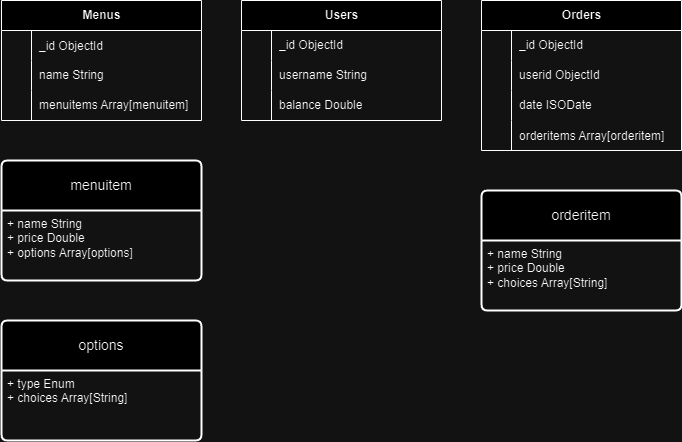
Before: zacksfoodcourt.png, a diagram exported from draw.io (Ursinus-JJJKA/lower-wismer-ordering-server). Source tidied: cells renumbered, new cells last; positions are measured from the earlier drawing's top-left corner, leaving out a move shared by most shapes.
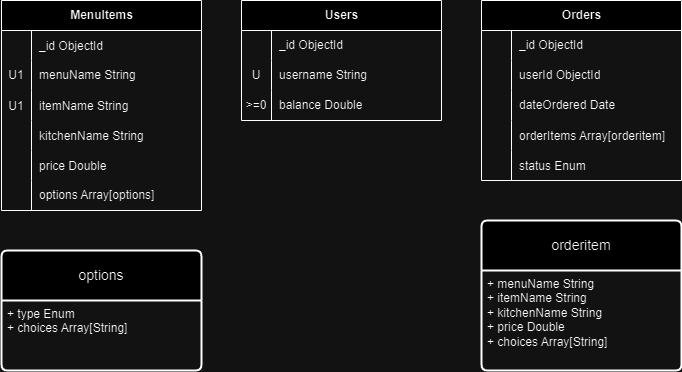
After the change.

The edit, as a diff of the source:
```diff
@@ -3,7 +3,7 @@
     <mxCell id="0" />
     <mxCell id="1" parent="0" />
     <mxCell id="2" value="Orders" style="shape=table;startSize=30;rowLines=0;fontStyle=1;align=center;html=1;" parent="1" vertex="1">
-      <mxGeometry x="480" width="200" height="150" as="geometry" />
+      <mxGeometry x="480" width="200" height="180" as="geometry" />
     </mxCell>
     <mxCell id="3" style="shape=tableRow;horizontal=0;startSize=0;swimlaneHead=0;swimlaneBody=0;fillColor=none;top=0;left=0;right=0;bottom=0;" parent="2" vertex="1">
       <mxGeometry y="30" width="200" height="30" as="geometry" />
@@ -20,7 +20,7 @@
     <mxCell id="7" style="shape=partialRectangle;fillColor=none;top=0;left=0;bottom=0;right=0;overflow=hidden;whiteSpace=wrap;html=1;" parent="6" vertex="1">
       <mxGeometry width="30" height="30" as="geometry" />
     </mxCell>
-    <mxCell id="8" value="userid ObjectId" style="shape=partialRectangle;fillColor=none;top=0;left=0;bottom=0;right=0;align=left;spacingLeft=6;overflow=hidden;whiteSpace=wrap;html=1;" parent="6" vertex="1">
+    <mxCell id="8" value="userId ObjectId" style="shape=partialRectangle;fillColor=none;top=0;left=0;bottom=0;right=0;align=left;spacingLeft=6;overflow=hidden;whiteSpace=wrap;html=1;" parent="6" vertex="1">
       <mxGeometry x="30" width="170" height="30" as="geometry" />
     </mxCell>
     <mxCell id="9" style="shape=tableRow;horizontal=0;startSize=0;swimlaneHead=0;swimlaneBody=0;fillColor=none;top=0;left=0;right=0;bottom=0;" parent="2" vertex="1">
@@ -29,7 +29,7 @@
     <mxCell id="10" style="shape=partialRectangle;fillColor=none;top=0;left=0;bottom=0;right=0;overflow=hidden;whiteSpace=wrap;html=1;" parent="9" vertex="1">
       <mxGeometry width="30" height="30" as="geometry" />
     </mxCell>
-    <mxCell id="11" value="date ISODate" style="shape=partialRectangle;fillColor=none;top=0;left=0;bottom=0;right=0;align=left;spacingLeft=6;overflow=hidden;whiteSpace=wrap;html=1;" parent="9" vertex="1">
+    <mxCell id="11" value="dateOrdered Date" style="shape=partialRectangle;fillColor=none;top=0;left=0;bottom=0;right=0;align=left;spacingLeft=6;overflow=hidden;whiteSpace=wrap;html=1;" parent="9" vertex="1">
       <mxGeometry x="30" width="170" height="30" as="geometry" />
     </mxCell>
     <mxCell id="12" style="shape=tableRow;horizontal=0;startSize=0;swimlaneHead=0;swimlaneBody=0;fillColor=none;top=0;left=0;right=0;bottom=0;" parent="2" vertex="1">
@@ -38,11 +38,20 @@
     <mxCell id="13" style="shape=partialRectangle;fillColor=none;top=0;left=0;bottom=0;right=0;overflow=hidden;" parent="12" vertex="1">
       <mxGeometry width="30" height="30" as="geometry" />
     </mxCell>
-    <mxCell id="14" value="orderitems Array[orderitem]" style="shape=partialRectangle;fillColor=none;top=0;left=0;bottom=0;right=0;align=left;spacingLeft=6;overflow=hidden;" parent="12" vertex="1">
+    <mxCell id="14" value="orderItems Array[orderitem]" style="shape=partialRectangle;fillColor=none;top=0;left=0;bottom=0;right=0;align=left;spacingLeft=6;overflow=hidden;" parent="12" vertex="1">
       <mxGeometry x="30" width="170" height="30" as="geometry" />
     </mxCell>
+    <mxCell id="41" style="shape=tableRow;horizontal=0;startSize=0;swimlaneHead=0;swimlaneBody=0;fillColor=none;top=0;left=0;right=0;bottom=0;" parent="2" vertex="1">
+      <mxGeometry y="150" width="200" height="30" as="geometry" />
+    </mxCell>
+    <mxCell id="42" style="shape=partialRectangle;fillColor=none;top=0;left=0;bottom=0;right=0;overflow=hidden;" parent="41" vertex="1">
+      <mxGeometry width="30" height="30" as="geometry" />
+    </mxCell>
+    <mxCell id="43" value="status Enum" style="shape=partialRectangle;fillColor=none;top=0;left=0;bottom=0;right=0;align=left;spacingLeft=6;overflow=hidden;" parent="41" vertex="1">
+      <mxGeometry x="30" width="170" height="30" as="geometry" />
+    </mxCell>
-    <mxCell id="15" value="Menus" style="shape=table;startSize=30;rowLines=0;fontStyle=1;align=center;html=1;" parent="1" vertex="1">
-      <mxGeometry width="200" height="120" as="geometry" />
+    <mxCell id="15" value="MenuItems" style="shape=table;startSize=30;rowLines=0;fontStyle=1;align=center;html=1;" parent="1" vertex="1">
+      <mxGeometry width="200" height="210" as="geometry" />
     </mxCell>
     <mxCell id="16" style="shape=tableRow;horizontal=0;startSize=0;swimlaneHead=0;swimlaneBody=0;fillColor=none;top=0;left=0;right=0;bottom=0;" parent="15" vertex="1">
       <mxGeometry y="30" width="200" height="30" as="geometry" />
@@ -56,19 +65,46 @@
     <mxCell id="19" style="shape=tableRow;horizontal=0;startSize=0;swimlaneHead=0;swimlaneBody=0;fillColor=none;top=0;left=0;right=0;bottom=0;" parent="15" vertex="1">
       <mxGeometry y="60" width="200" height="30" as="geometry" />
     </mxCell>
-    <mxCell id="20" style="shape=partialRectangle;fillColor=none;top=0;left=0;bottom=0;right=0;overflow=hidden;whiteSpace=wrap;html=1;" parent="19" vertex="1">
+    <mxCell id="20" value="U1" style="shape=partialRectangle;fillColor=none;top=0;left=0;bottom=0;right=0;overflow=hidden;whiteSpace=wrap;html=1;" parent="19" vertex="1">
       <mxGeometry width="30" height="30" as="geometry" />
     </mxCell>
-    <mxCell id="21" value="name String" style="shape=partialRectangle;fillColor=none;top=0;left=0;bottom=0;right=0;align=left;spacingLeft=6;overflow=hidden;whiteSpace=wrap;html=1;" parent="19" vertex="1">
+    <mxCell id="21" value="menuName String" style="shape=partialRectangle;fillColor=none;top=0;left=0;bottom=0;right=0;align=left;spacingLeft=6;overflow=hidden;whiteSpace=wrap;html=1;" parent="19" vertex="1">
       <mxGeometry x="30" width="170" height="30" as="geometry" />
     </mxCell>
+    <mxCell id="44" style="shape=tableRow;horizontal=0;startSize=0;swimlaneHead=0;swimlaneBody=0;fillColor=none;top=0;left=0;right=0;bottom=0;" parent="15" vertex="1">
+      <mxGeometry y="90" width="200" height="30" as="geometry" />
+    </mxCell>
+    <mxCell id="45" value="U1" style="shape=partialRectangle;fillColor=none;top=0;left=0;bottom=0;right=0;overflow=hidden;" parent="44" vertex="1">
+      <mxGeometry width="30" height="30" as="geometry" />
+    </mxCell>
+    <mxCell id="46" value="itemName String" style="shape=partialRectangle;fillColor=none;top=0;left=0;bottom=0;right=0;align=left;spacingLeft=6;overflow=hidden;" parent="44" vertex="1">
+      <mxGeometry x="30" width="170" height="30" as="geometry" />
+    </mxCell>
+    <mxCell id="47" style="shape=tableRow;horizontal=0;startSize=0;swimlaneHead=0;swimlaneBody=0;fillColor=none;top=0;left=0;right=0;bottom=0;" parent="15" vertex="1">
+      <mxGeometry y="120" width="200" height="30" as="geometry" />
+    </mxCell>
+    <mxCell id="48" style="shape=partialRectangle;fillColor=none;top=0;left=0;bottom=0;right=0;overflow=hidden;" parent="47" vertex="1">
+      <mxGeometry width="30" height="30" as="geometry" />
+    </mxCell>
+    <mxCell id="49" value="kitchenName String" style="shape=partialRectangle;fillColor=none;top=0;left=0;bottom=0;right=0;align=left;spacingLeft=6;overflow=hidden;" parent="47" vertex="1">
+      <mxGeometry x="30" width="170" height="30" as="geometry" />
+    </mxCell>
+    <mxCell id="50" style="shape=tableRow;horizontal=0;startSize=0;swimlaneHead=0;swimlaneBody=0;fillColor=none;top=0;left=0;right=0;bottom=0;" parent="15" vertex="1">
+      <mxGeometry y="150" width="200" height="30" as="geometry" />
+    </mxCell>
+    <mxCell id="51" style="shape=partialRectangle;fillColor=none;top=0;left=0;bottom=0;right=0;overflow=hidden;" parent="50" vertex="1">
+      <mxGeometry width="30" height="30" as="geometry" />
+    </mxCell>
+    <mxCell id="52" value="price Double" style="shape=partialRectangle;fillColor=none;top=0;left=0;bottom=0;right=0;align=left;spacingLeft=6;overflow=hidden;" parent="50" vertex="1">
+      <mxGeometry x="30" width="170" height="30" as="geometry" />
+    </mxCell>
     <mxCell id="22" style="shape=tableRow;horizontal=0;startSize=0;swimlaneHead=0;swimlaneBody=0;fillColor=none;top=0;left=0;right=0;bottom=0;" parent="15" vertex="1">
-      <mxGeometry y="90" width="200" height="30" as="geometry" />
+      <mxGeometry y="180" width="200" height="30" as="geometry" />
     </mxCell>
     <mxCell id="23" style="shape=partialRectangle;fillColor=none;top=0;left=0;bottom=0;right=0;overflow=hidden;whiteSpace=wrap;html=1;" parent="22" vertex="1">
       <mxGeometry width="30" height="30" as="geometry" />
     </mxCell>
-    <mxCell id="24" value="menuitems Array[menuitem]" style="shape=partialRectangle;fillColor=none;top=0;left=0;bottom=0;right=0;align=left;spacingLeft=6;overflow=hidden;whiteSpace=wrap;html=1;" parent="22" vertex="1">
+    <mxCell id="24" value="options Array[options]" style="shape=partialRectangle;fillColor=none;top=0;left=0;bottom=0;right=0;align=left;spacingLeft=6;overflow=hidden;whiteSpace=wrap;html=1;" parent="22" vertex="1">
       <mxGeometry x="30" width="170" height="30" as="geometry" />
     </mxCell>
     <mxCell id="25" value="Users" style="shape=table;startSize=30;rowLines=0;fontStyle=1;align=center;html=1;" parent="1" vertex="1">
@@ -86,7 +122,7 @@
     <mxCell id="29" style="shape=tableRow;horizontal=0;startSize=0;swimlaneHead=0;swimlaneBody=0;fillColor=none;top=0;left=0;right=0;bottom=0;" parent="25" vertex="1">
       <mxGeometry y="60" width="200" height="30" as="geometry" />
     </mxCell>
-    <mxCell id="30" style="shape=partialRectangle;fillColor=none;top=0;left=0;bottom=0;right=0;overflow=hidden;whiteSpace=wrap;html=1;" parent="29" vertex="1">
+    <mxCell id="30" value="U" style="shape=partialRectangle;fillColor=none;top=0;left=0;bottom=0;right=0;overflow=hidden;whiteSpace=wrap;html=1;" parent="29" vertex="1">
       <mxGeometry width="30" height="30" as="geometry" />
     </mxCell>
     <mxCell id="31" value="username String" style="shape=partialRectangle;fillColor=none;top=0;left=0;bottom=0;right=0;align=left;spacingLeft=6;overflow=hidden;whiteSpace=wrap;html=1;" parent="29" vertex="1">
@@ -95,29 +131,23 @@
     <mxCell id="32" style="shape=tableRow;horizontal=0;startSize=0;swimlaneHead=0;swimlaneBody=0;fillColor=none;top=0;left=0;right=0;bottom=0;" parent="25" vertex="1">
       <mxGeometry y="90" width="200" height="30" as="geometry" />
     </mxCell>
-    <mxCell id="33" style="shape=partialRectangle;fillColor=none;top=0;left=0;bottom=0;right=0;overflow=hidden;whiteSpace=wrap;html=1;" parent="32" vertex="1">
+    <mxCell id="33" value="&amp;gt;=0" style="shape=partialRectangle;fillColor=none;top=0;left=0;bottom=0;right=0;overflow=hidden;whiteSpace=wrap;html=1;" parent="32" vertex="1">
       <mxGeometry width="30" height="30" as="geometry" />
     </mxCell>
     <mxCell id="34" value="balance Double" style="shape=partialRectangle;fillColor=none;top=0;left=0;bottom=0;right=0;align=left;spacingLeft=6;overflow=hidden;whiteSpace=wrap;html=1;" parent="32" vertex="1">
       <mxGeometry x="30" width="170" height="30" as="geometry" />
     </mxCell>
     <mxCell id="35" value="options" style="swimlane;horizontal=1;startSize=50;rounded=1;fontSize=14;fontStyle=0;strokeWidth=2;shadow=0;dashed=0;align=center;arcSize=4;whiteSpace=wrap;html=1;" parent="1" vertex="1">
-      <mxGeometry y="320" width="200" height="120" as="geometry" />
+      <mxGeometry y="250" width="200" height="120" as="geometry" />
     </mxCell>
     <mxCell id="36" value="+ type Enum&lt;br&gt;+ choices Array[String]" style="align=left;strokeColor=none;fillColor=none;spacingLeft=4;fontSize=12;verticalAlign=top;html=1;" parent="35" vertex="1">
       <mxGeometry y="50" width="200" height="70" as="geometry" />
     </mxCell>
     <mxCell id="37" value="orderitem" style="swimlane;horizontal=1;startSize=50;rounded=1;fontSize=14;fontStyle=0;strokeWidth=2;shadow=0;dashed=0;align=center;arcSize=4;whiteSpace=wrap;html=1;" parent="1" vertex="1">
-      <mxGeometry x="480" y="190" width="200" height="120" as="geometry" />
+      <mxGeometry x="480" y="220" width="200" height="150" as="geometry" />
     </mxCell>
-    <mxCell id="38" value="+ name String&lt;br style=&quot;border-color: var(--border-color);&quot;&gt;+ price Double&lt;br style=&quot;border-color: var(--border-color);&quot;&gt;+ choices Array[String]" style="align=left;strokeColor=none;fillColor=none;spacingLeft=4;fontSize=12;verticalAlign=top;html=1;" parent="37" vertex="1">
-      <mxGeometry y="50" width="200" height="70" as="geometry" />
+    <mxCell id="38" value="+ menuName String&lt;br&gt;+ itemName String&lt;br&gt;+ kitchenName String&lt;br style=&quot;border-color: var(--border-color);&quot;&gt;+ price Double&lt;br style=&quot;border-color: var(--border-color);&quot;&gt;+ choices Array[String]" style="align=left;strokeColor=none;fillColor=none;spacingLeft=4;fontSize=12;verticalAlign=top;html=1;" parent="37" vertex="1">
+      <mxGeometry y="50" width="200" height="100" as="geometry" />
     </mxCell>
-    <mxCell id="39" value="menuitem" style="swimlane;horizontal=1;startSize=50;rounded=1;fontSize=14;fontStyle=0;strokeWidth=2;shadow=0;dashed=0;align=center;arcSize=4;whiteSpace=wrap;html=1;" parent="1" vertex="1">
-      <mxGeometry y="160" width="200" height="120" as="geometry" />
-    </mxCell>
-    <mxCell id="40" value="+ name String&lt;br&gt;+ price Double&lt;br&gt;+ options Array[options]" style="align=left;strokeColor=none;fillColor=none;spacingLeft=4;fontSize=12;verticalAlign=top;html=1;" parent="39" vertex="1">
-      <mxGeometry y="50" width="200" height="70" as="geometry" />
-    </mxCell>
   </root>
 </mxGraphModel>
```
